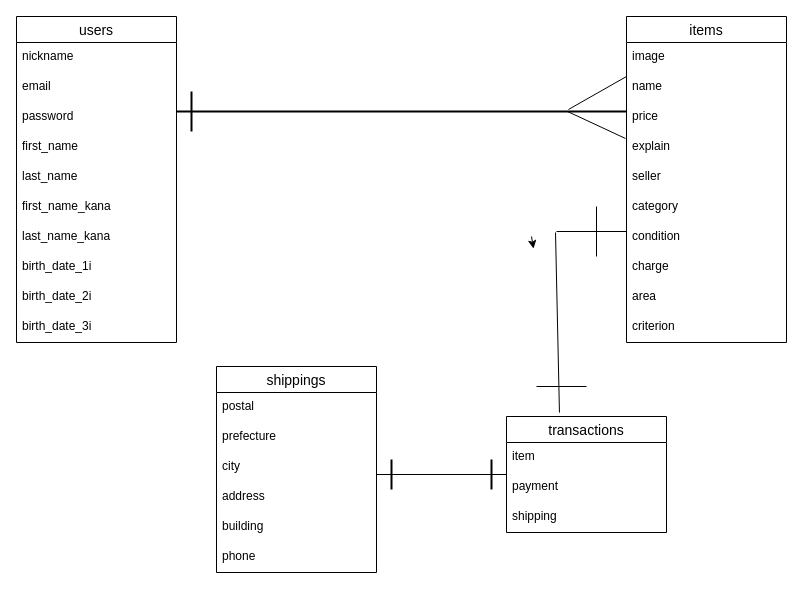
ShuntaroKishida/furima-39624 keeps this draw.io diagram as Er.dio. Above is the earlier version. Source tidied: cells renumbered, new cells numbered last; positions are measured from the earlier drawing's top-left corner, leaving out a move shared by most shapes. Both pictures are drawn from the tidied source at 100%, with x=0, y=0 at pixel (16, 16).
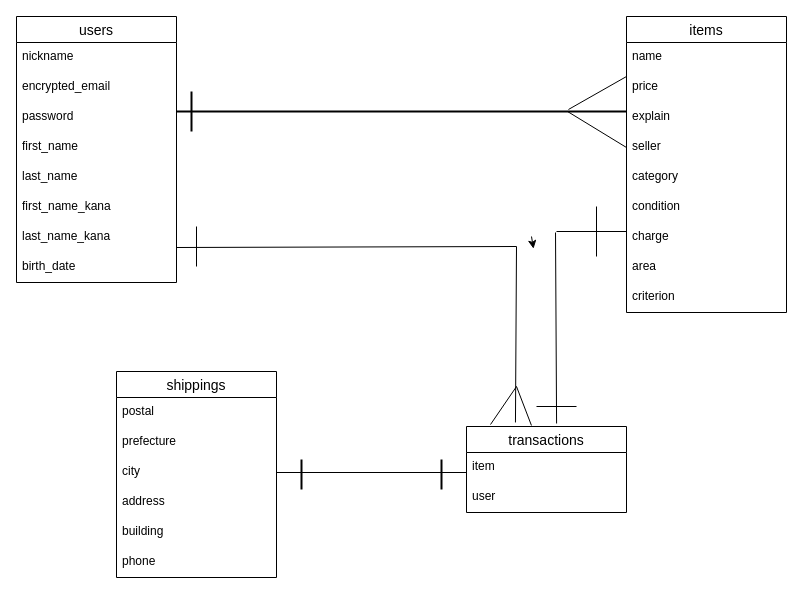
Above is the later version.

The change refers to these unchanged cells:
```xml
<mxCell id="31" value="city" style="text;strokeColor=none;fillColor=none;spacingLeft=4;spacingRight=4;overflow=hidden;points=[[0,0.5],[1,0.5]];portConstraint=eastwest;fontSize=12;" parent="28" vertex="1">
  <mxGeometry y="86" width="160" height="30" as="geometry" />
</mxCell>
<mxCell id="38" style="line;strokeWidth=2;html=1;" parent="1" vertex="1">
  <mxGeometry x="160" y="90" width="450" height="10" as="geometry" />
</mxCell>
<mxCell id="42" style="line;strokeWidth=1;dashed=0;labelPosition=right;align=left;verticalAlign=middle;spacingTop=0;spacingLeft=6;points=[];portConstraint=eastwest;" parent="1" vertex="1">
  <mxGeometry x="540" y="210" width="70" height="10" as="geometry" />
</mxCell>
```

The edit, as a diff of the source:
```diff
@@
     <mxCell id="2" value="users" style="swimlane;fontStyle=0;horizontal=1;startSize=26;align=center;fontSize=14;" parent="1" vertex="1">
-      <mxGeometry width="160" height="326" as="geometry" />
+      <mxGeometry width="160" height="266" as="geometry" />
     </mxCell>
@@
-    <mxCell id="4" value="email" style="text;strokeColor=none;fillColor=none;spacingLeft=4;spacingRight=4;overflow=hidden;fontSize=12;" parent="2" vertex="1">
+    <mxCell id="4" value="encrypted_email" style="text;strokeColor=none;fillColor=none;spacingLeft=4;spacingRight=4;overflow=hidden;fontSize=12;" parent="2" vertex="1">
       <mxGeometry y="56" width="160" height="30" as="geometry" />
     </mxCell>
@@
-    <mxCell id="10" value="birth_date_1i" style="text;strokeColor=none;fillColor=none;spacingLeft=4;spacingRight=4;overflow=hidden;fontSize=12;" parent="2" vertex="1">
+    <mxCell id="10" value="birth_date" style="text;strokeColor=none;fillColor=none;spacingLeft=4;spacingRight=4;overflow=hidden;fontSize=12;" parent="2" vertex="1">
       <mxGeometry y="236" width="160" height="30" as="geometry" />
     </mxCell>
-    <mxCell id="11" value="birth_date_2i" style="text;strokeColor=none;fillColor=none;spacingLeft=4;spacingRight=4;overflow=hidden;fontSize=12;" parent="2" vertex="1">
-      <mxGeometry y="266" width="160" height="30" as="geometry" />
-    </mxCell>
-    <mxCell id="12" value="birth_date_3i" style="text;strokeColor=none;fillColor=none;spacingLeft=4;spacingRight=4;overflow=hidden;fontSize=12;" parent="2" vertex="1">
-      <mxGeometry y="296" width="160" height="30" as="geometry" />
-    </mxCell>
     <mxCell id="13" value="items" style="swimlane;fontStyle=0;horizontal=1;startSize=26;align=center;fontSize=14;" parent="1" vertex="1">
-      <mxGeometry x="610" width="160" height="326" as="geometry" />
+      <mxGeometry x="610" width="160" height="296" as="geometry" />
     </mxCell>
-    <mxCell id="14" value="image" style="text;strokeColor=none;fillColor=none;spacingLeft=4;spacingRight=4;overflow=hidden;fontSize=12;" parent="13" vertex="1">
-      <mxGeometry y="26" width="160" height="30" as="geometry" />
-    </mxCell>
     <mxCell id="15" value="name" style="text;strokeColor=none;fillColor=none;spacingLeft=4;spacingRight=4;overflow=hidden;fontSize=12;" parent="13" vertex="1">
-      <mxGeometry y="56" width="160" height="30" as="geometry" />
+      <mxGeometry y="26" width="160" height="30" as="geometry" />
     </mxCell>
     <mxCell id="16" value="price" style="text;strokeColor=none;fillColor=none;spacingLeft=4;spacingRight=4;overflow=hidden;fontSize=12;" parent="13" vertex="1">
-      <mxGeometry y="86" width="160" height="30" as="geometry" />
+      <mxGeometry y="56" width="160" height="30" as="geometry" />
     </mxCell>
     <mxCell id="17" value="explain" style="text;strokeColor=none;fillColor=none;spacingLeft=4;spacingRight=4;overflow=hidden;points=[[0,0.5],[1,0.5]];portConstraint=eastwest;fontSize=12;" parent="13" vertex="1">
-      <mxGeometry y="116" width="160" height="30" as="geometry" />
+      <mxGeometry y="86" width="160" height="30" as="geometry" />
     </mxCell>
     <mxCell id="18" value="seller" style="text;strokeColor=none;fillColor=none;spacingLeft=4;spacingRight=4;overflow=hidden;points=[[0,0.5],[1,0.5]];portConstraint=eastwest;fontSize=12;" parent="13" vertex="1">
-      <mxGeometry y="146" width="160" height="30" as="geometry" />
+      <mxGeometry y="116" width="160" height="30" as="geometry" />
     </mxCell>
     <mxCell id="19" value="category" style="text;strokeColor=none;fillColor=none;spacingLeft=4;spacingRight=4;overflow=hidden;fontSize=12;" parent="13" vertex="1">
-      <mxGeometry y="176" width="160" height="30" as="geometry" />
+      <mxGeometry y="146" width="160" height="30" as="geometry" />
     </mxCell>
     <mxCell id="20" value="condition" style="text;strokeColor=none;fillColor=none;spacingLeft=4;spacingRight=4;overflow=hidden;fontSize=12;" parent="13" vertex="1">
-      <mxGeometry y="206" width="160" height="30" as="geometry" />
+      <mxGeometry y="176" width="160" height="30" as="geometry" />
     </mxCell>
     <mxCell id="21" value="charge" style="text;strokeColor=none;fillColor=none;spacingLeft=4;spacingRight=4;overflow=hidden;fontSize=12;" parent="13" vertex="1">
-      <mxGeometry y="236" width="160" height="30" as="geometry" />
+      <mxGeometry y="206" width="160" height="30" as="geometry" />
     </mxCell>
     <mxCell id="22" value="area" style="text;strokeColor=none;fillColor=none;spacingLeft=4;spacingRight=4;overflow=hidden;fontSize=12;" parent="13" vertex="1">
-      <mxGeometry y="266" width="160" height="30" as="geometry" />
+      <mxGeometry y="236" width="160" height="30" as="geometry" />
     </mxCell>
     <mxCell id="23" value="criterion" style="text;strokeColor=none;fillColor=none;spacingLeft=4;spacingRight=4;overflow=hidden;fontSize=12;" parent="13" vertex="1">
-      <mxGeometry y="296" width="160" height="30" as="geometry" />
+      <mxGeometry y="266" width="160" height="30" as="geometry" />
     </mxCell>
     <mxCell id="24" value="transactions" style="swimlane;fontStyle=0;horizontal=1;startSize=26;align=center;fontSize=14;" parent="1" vertex="1">
-      <mxGeometry x="490" y="400" width="160" height="116" as="geometry" />
+      <mxGeometry x="450" y="410" width="160" height="86" as="geometry" />
     </mxCell>
@@
-    <mxCell id="26" value="payment" style="text;strokeColor=none;fillColor=none;spacingLeft=4;spacingRight=4;overflow=hidden;fontSize=12;" parent="24" vertex="1">
-      <mxGeometry y="56" width="160" height="30" as="geometry" />
-    </mxCell>
-    <mxCell id="27" value="shipping" style="text;strokeColor=none;fillColor=none;spacingLeft=4;spacingRight=4;overflow=hidden;fontSize=12;" parent="24" vertex="1">
-      <mxGeometry y="86" width="160" height="30" as="geometry" />
+    <mxCell id="27" value="user" style="text;strokeColor=none;fillColor=none;spacingLeft=4;spacingRight=4;overflow=hidden;fontSize=12;" parent="24" vertex="1">
+      <mxGeometry y="56" width="160" height="30" as="geometry" />
     </mxCell>
     <mxCell id="28" value="shippings" style="swimlane;fontStyle=0;horizontal=1;startSize=26;align=center;fontSize=14;" parent="1" vertex="1">
-      <mxGeometry x="200" y="350" width="160" height="206" as="geometry" />
+      <mxGeometry x="100" y="355" width="160" height="206" as="geometry" />
     </mxCell>
@@
-    <mxCell id="35" style="endArrow=none;html=1;rounded=0;" parent="1" edge="1">
+    <mxCell id="35" style="endArrow=none;html=1;rounded=0;exitX=1;exitY=0.5;exitDx=0;exitDy=0;" parent="1" edge="1" source="31">
       <mxGeometry relative="1" as="geometry">
-        <mxPoint x="360" y="458" as="sourcePoint" />
-        <mxPoint x="490" y="458" as="targetPoint" />
+        <mxPoint x="450" y="456" as="targetPoint" />
       </mxGeometry>
     </mxCell>
     <mxCell id="36" style="line;strokeWidth=2;direction=south;html=1;" parent="1" vertex="1">
-      <mxGeometry x="370" y="443" width="10" height="30" as="geometry" />
+      <mxGeometry x="280" y="443" width="10" height="30" as="geometry" />
     </mxCell>
     <mxCell id="37" style="line;strokeWidth=2;direction=south;html=1;" parent="1" vertex="1">
-      <mxGeometry x="470" y="443" width="10" height="30" as="geometry" />
+      <mxGeometry x="420" y="443" width="10" height="30" as="geometry" />
     </mxCell>
@@
-    <mxCell id="41" style="endArrow=none;html=1;rounded=0;exitX=0.869;exitY=0.5;exitDx=0;exitDy=0;exitPerimeter=0;entryX=-0.006;entryY=0.2;entryDx=0;entryDy=0;entryPerimeter=0;" parent="1" edge="1" source="38" target="17">
+    <mxCell id="41" style="endArrow=none;html=1;rounded=0;exitX=0.869;exitY=0.5;exitDx=0;exitDy=0;exitPerimeter=0;entryX=0;entryY=0.5;entryDx=0;entryDy=0;" parent="1" edge="1" source="38" target="18">
       <mxGeometry relative="1" as="geometry" />
     </mxCell>
@@
     <mxCell id="43" style="endArrow=none;html=1;rounded=0;" parent="1" edge="1">
       <mxGeometry relative="1" as="geometry">
-        <mxPoint x="520" y="370" as="sourcePoint" />
-        <mxPoint x="570" y="370" as="targetPoint" />
+        <mxPoint x="520" y="390" as="sourcePoint" />
+        <mxPoint x="560" y="390" as="targetPoint" />
       </mxGeometry>
     </mxCell>
@@
-    <mxCell id="46" style="endArrow=none;html=1;rounded=0;entryX=-0.014;entryY=0.6;entryDx=0;entryDy=0;entryPerimeter=0;exitX=0.331;exitY=-0.034;exitDx=0;exitDy=0;exitPerimeter=0;" parent="1" edge="1" source="24" target="42">
+    <mxCell id="46" style="endArrow=none;html=1;rounded=0;entryX=-0.014;entryY=0.6;entryDx=0;entryDy=0;entryPerimeter=0;exitX=0.563;exitY=-0.035;exitDx=0;exitDy=0;exitPerimeter=0;" parent="1" edge="1" source="24" target="42">
       <mxGeometry relative="1" as="geometry" />
     </mxCell>
+    <mxCell id="47" style="endArrow=none;html=1;rounded=0;exitX=1;exitY=0.5;exitDx=0;exitDy=0;" parent="1" edge="1">
+      <mxGeometry relative="1" as="geometry">
+        <mxPoint x="160" y="231" as="sourcePoint" />
+        <mxPoint x="500" y="230" as="targetPoint" />
+      </mxGeometry>
+    </mxCell>
+    <mxCell id="48" style="endArrow=none;html=1;rounded=0;exitX=0.306;exitY=-0.047;exitDx=0;exitDy=0;exitPerimeter=0;" parent="1" edge="1" source="24">
+      <mxGeometry relative="1" as="geometry">
+        <mxPoint x="500" y="230" as="targetPoint" />
+      </mxGeometry>
+    </mxCell>
+    <mxCell id="49" style="endArrow=none;html=1;rounded=0;exitX=0.15;exitY=-0.023;exitDx=0;exitDy=0;exitPerimeter=0;" parent="1" edge="1" source="24">
+      <mxGeometry relative="1" as="geometry">
+        <mxPoint x="500" y="370" as="targetPoint" />
+      </mxGeometry>
+    </mxCell>
+    <mxCell id="50" style="endArrow=none;html=1;rounded=0;" parent="1" edge="1">
+      <mxGeometry relative="1" as="geometry">
+        <mxPoint x="180" y="250" as="sourcePoint" />
+        <mxPoint x="180" y="210" as="targetPoint" />
+      </mxGeometry>
+    </mxCell>
+    <mxCell id="51" style="endArrow=none;html=1;rounded=0;entryX=0.406;entryY=-0.012;entryDx=0;entryDy=0;entryPerimeter=0;" parent="1" edge="1" target="24">
+      <mxGeometry relative="1" as="geometry">
+        <mxPoint x="500" y="370" as="sourcePoint" />
+      </mxGeometry>
+    </mxCell>
```
